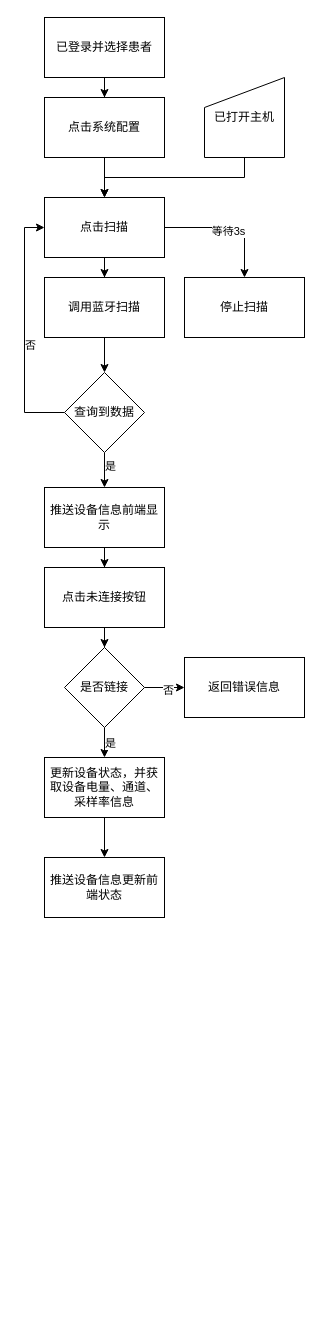
This is 概念设计-流程图-系统配置.drawio from yz360307/draw, a draw.io file, before an edit. Source tidied: cells renumbered, new cells numbered last; positions are measured from the earlier drawing's top-left corner, leaving out a move shared by most shapes. Both pictures are drawn from the tidied source at 100%, with x=0, y=0 at pixel (24, 17).
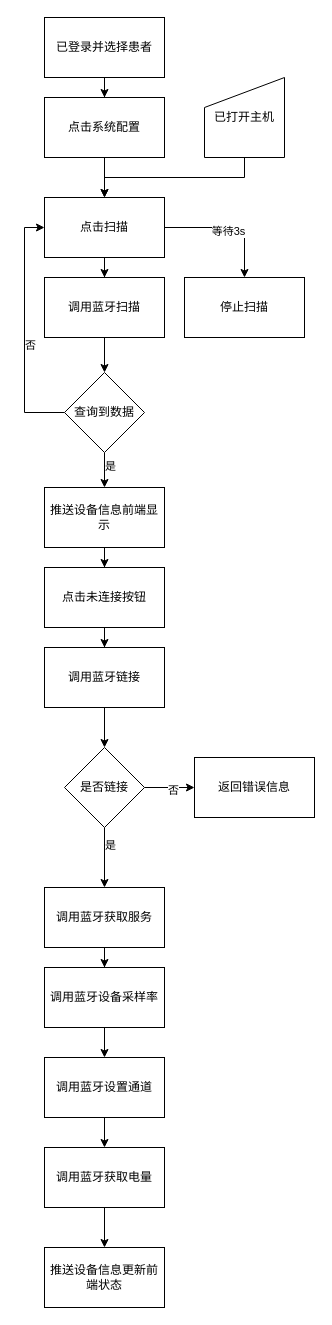
After the change.

Commit message (it also covers changes not shown here):
更新概念设计-流程图-系统配置.drawio

Unchanged cells that the change refers to:
```xml
<mxCell id="23" value="点击未连接按钮" style="whiteSpace=wrap;html=1;rounded=0;" parent="1" vertex="1">
  <mxGeometry x="20" y="550" width="120" height="60" as="geometry" />
</mxCell>
```

Change to the diagram source:
```diff
@@
-    <mxCell id="22" style="edgeStyle=orthogonalEdgeStyle;rounded=0;jettySize=auto;html=1;" parent="1" edge="1" source="23" target="28">
-      <mxGeometry relative="1" as="geometry" />
-    </mxCell>
+    <mxCell id="33" style="edgeStyle=orthogonalEdgeStyle;rounded=0;jettySize=auto;html=1;" parent="1" edge="1" source="23" target="36">
+      <mxGeometry relative="1" as="geometry" />
+    </mxCell>
@@
     <mxCell id="28" value="是否链接" style="rhombus;whiteSpace=wrap;html=1;rounded=0;" parent="1" vertex="1">
-      <mxGeometry x="40" y="630" width="80" height="80" as="geometry" />
+      <mxGeometry x="40" y="730" width="80" height="80" as="geometry" />
     </mxCell>
     <mxCell id="29" value="返回错误信息" style="whiteSpace=wrap;html=1;rounded=0;" parent="1" vertex="1">
-      <mxGeometry x="160" y="640" width="120" height="60" as="geometry" />
+      <mxGeometry x="170" y="740" width="120" height="60" as="geometry" />
     </mxCell>
-    <mxCell id="30" style="edgeStyle=orthogonalEdgeStyle;rounded=0;jettySize=auto;html=1;" parent="1" edge="1" source="31" target="32">
-      <mxGeometry relative="1" as="geometry" />
-    </mxCell>
+    <mxCell id="34" style="edgeStyle=orthogonalEdgeStyle;rounded=0;jettySize=auto;html=1;" parent="1" edge="1" source="31" target="38">
+      <mxGeometry relative="1" as="geometry" />
+    </mxCell>
-    <mxCell id="31" value="更新设备状态，并获取设备电量、通道、采样率信息" style="whiteSpace=wrap;html=1;rounded=0;" parent="1" vertex="1">
-      <mxGeometry x="20" y="740" width="120" height="60" as="geometry" />
+    <mxCell id="31" value="调用蓝牙获取服务" style="whiteSpace=wrap;html=1;rounded=0;" parent="1" vertex="1">
+      <mxGeometry x="20" y="870" width="120" height="60" as="geometry" />
     </mxCell>
     <mxCell id="32" value="推送设备信息更新前端状态" style="whiteSpace=wrap;html=1;rounded=0;" parent="1" vertex="1">
-      <mxGeometry x="20" y="840" width="120" height="60" as="geometry" />
+      <mxGeometry x="20" y="1230" width="120" height="60" as="geometry" />
     </mxCell>
+    <mxCell id="35" style="edgeStyle=orthogonalEdgeStyle;rounded=0;jettySize=auto;html=1;entryX=0.5;entryY=0;entryDx=0;entryDy=0;" parent="1" edge="1" source="36" target="28">
+      <mxGeometry relative="1" as="geometry" />
+    </mxCell>
+    <mxCell id="36" value="调用蓝牙链接" style="whiteSpace=wrap;html=1;rounded=0;" parent="1" vertex="1">
+      <mxGeometry x="20" y="630" width="120" height="60" as="geometry" />
+    </mxCell>
+    <mxCell id="37" style="edgeStyle=orthogonalEdgeStyle;rounded=0;jettySize=auto;html=1;" parent="1" edge="1" source="38" target="40">
+      <mxGeometry relative="1" as="geometry" />
+    </mxCell>
+    <mxCell id="38" value="调用蓝牙设备采样率" style="whiteSpace=wrap;html=1;rounded=0;" parent="1" vertex="1">
+      <mxGeometry x="20" y="950" width="120" height="60" as="geometry" />
+    </mxCell>
+    <mxCell id="39" style="edgeStyle=orthogonalEdgeStyle;rounded=0;jettySize=auto;html=1;" parent="1" edge="1" source="40" target="42">
+      <mxGeometry relative="1" as="geometry" />
+    </mxCell>
+    <mxCell id="40" value="调用蓝牙设置通道" style="whiteSpace=wrap;html=1;rounded=0;" parent="1" vertex="1">
+      <mxGeometry x="20" y="1040" width="120" height="60" as="geometry" />
+    </mxCell>
+    <mxCell id="41" style="edgeStyle=orthogonalEdgeStyle;rounded=0;jettySize=auto;html=1;" parent="1" edge="1" source="42" target="32">
+      <mxGeometry relative="1" as="geometry" />
+    </mxCell>
+    <mxCell id="42" value="调用蓝牙获取电量" style="whiteSpace=wrap;html=1;rounded=0;" parent="1" vertex="1">
+      <mxGeometry x="20" y="1130" width="120" height="60" as="geometry" />
+    </mxCell>
```
